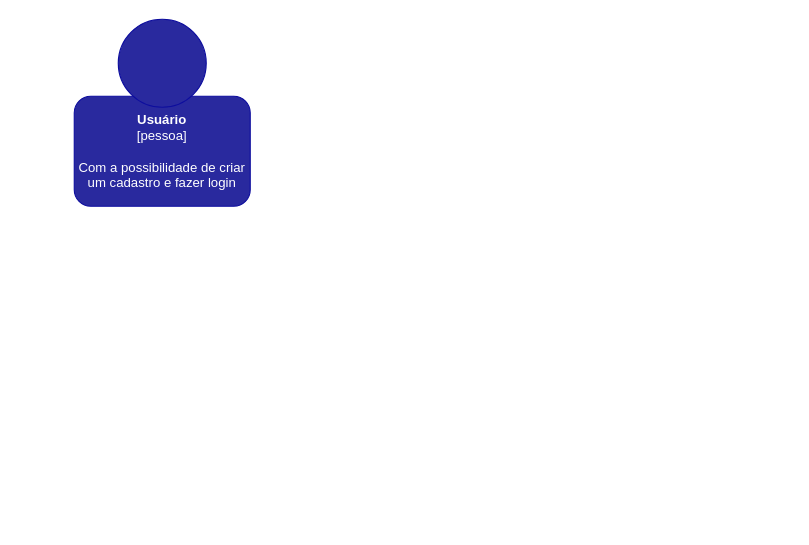
Earlier version of the draw.io diagram Diagrama sem nome.drawio (verzajr/verzaJr). Source tidied: cells renumbered, new cells numbered last; positions are measured from the earlier drawing's top-left corner, leaving out a move shared by most shapes. Both pictures are drawn from the tidied source at 110%, with x=0, y=0 at pixel (74, 19).
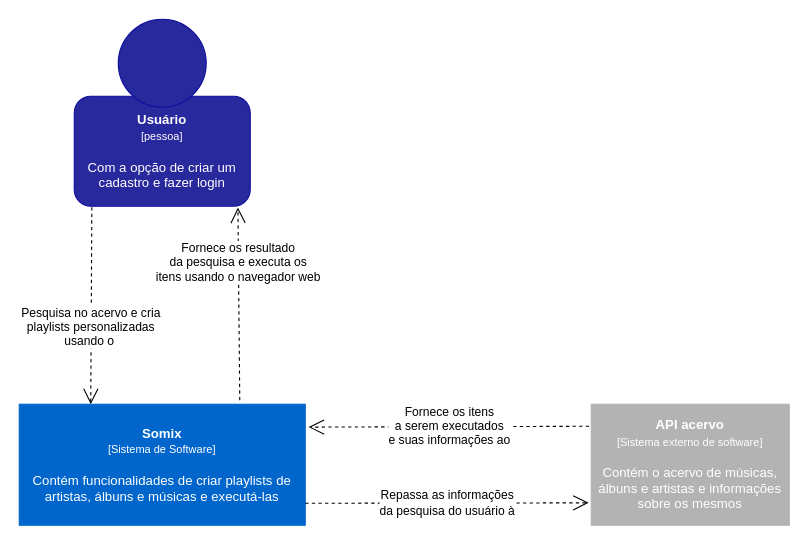
The same diagram, later.

Change to the diagram source:
```diff
@@
 <mxGraphModel>
   <root>
     <mxCell id="0" />
     <mxCell id="1" parent="0" />
-    <mxCell id="2" value="&lt;font color=&quot;#ffffff&quot;&gt;&lt;b&gt;Usuário&lt;br&gt;&lt;/b&gt;[pessoa]&lt;br&gt;&lt;br&gt;Com a possibilidade de criar um cadastro e fazer login&lt;/font&gt;" style="rounded=1;whiteSpace=wrap;html=1;fillColor=#29299E;strokeColor=#0D0D9E;" parent="1" vertex="1">
+    <mxCell id="2" value="&lt;font color=&quot;#ffffff&quot;&gt;&lt;b&gt;Usuário&lt;br&gt;&lt;/b&gt;&lt;font style=&quot;font-size: 10px;&quot;&gt;[pessoa]&lt;br&gt;&lt;/font&gt;&lt;br&gt;Com a opção de criar um cadastro e fazer login&lt;/font&gt;" style="rounded=1;whiteSpace=wrap;html=1;fillColor=#29299E;strokeColor=#0D0D9E;" parent="1" vertex="1">
       <mxGeometry y="70" width="160" height="100" as="geometry" />
     </mxCell>
     <mxCell id="3" style="ellipse;whiteSpace=wrap;html=1;fillColor=#29299E;strokeColor=#0D0D9E;" parent="1" vertex="1">
       <mxGeometry x="40" width="80" height="80" as="geometry" />
     </mxCell>
+    <mxCell id="4" value="Pesquisa no acervo e cria&lt;br&gt;playlists personalizadas&lt;br&gt;usando o&amp;nbsp;" style="endArrow=open;endSize=12;dashed=1;html=1;rounded=0;exitX=0.1;exitY=1.008;exitDx=0;exitDy=0;entryX=0.25;entryY=0;entryDx=0;entryDy=0;exitPerimeter=0;" parent="1" edge="1" source="2" target="5">
+      <mxGeometry x="0.22" relative="1" as="geometry" />
+    </mxCell>
+    <mxCell id="5" value="&lt;font color=&quot;#ffffff&quot;&gt;&lt;b&gt;Somix&lt;/b&gt;&lt;br&gt;&lt;font style=&quot;font-size: 10px;&quot;&gt;[Sistema de Software]&lt;br&gt;&lt;/font&gt;&lt;br&gt;Contém funcionalidades de criar playlists de artistas, álbuns e músicas e executá-las&lt;/font&gt;" style="rounded=0;whiteSpace=wrap;html=1;fillColor=#0066CC;strokeColor=#0066CC;" parent="1" vertex="1">
+      <mxGeometry x="-50" y="350" width="260" height="110" as="geometry" />
+    </mxCell>
+    <mxCell id="6" value="Repassa as informações&lt;br&gt;da pesquisa do usuário à" style="endArrow=open;endSize=12;dashed=1;html=1;rounded=0;exitX=1;exitY=0.5;exitDx=0;exitDy=0;entryX=-0.013;entryY=0.815;entryDx=0;entryDy=0;entryPerimeter=0;" parent="1" edge="1" target="7">
+      <mxGeometry relative="1" as="geometry">
+        <mxPoint x="210" y="440" as="sourcePoint" />
+      </mxGeometry>
+    </mxCell>
+    <mxCell id="7" value="&lt;font color=&quot;#ffffff&quot;&gt;&lt;b&gt;API acervo&lt;br&gt;&lt;/b&gt;&lt;font style=&quot;font-size: 10px;&quot;&gt;[Sistema externo de software]&lt;/font&gt;&lt;br&gt;&lt;br&gt;Contém o acervo de músicas, álbuns e artistas e informações sobre os mesmos&lt;/font&gt;" style="rounded=0;whiteSpace=wrap;html=1;fillColor=#B3B3B3;strokeColor=#B3B3B3;" parent="1" vertex="1">
+      <mxGeometry x="470" y="350" width="180" height="110" as="geometry" />
+    </mxCell>
+    <mxCell id="8" value="Fornece os itens&lt;br&gt;a serem executados&lt;br&gt;e suas informações ao" style="endArrow=open;endSize=12;dashed=1;html=1;rounded=0;exitX=-0.011;exitY=0.182;exitDx=0;exitDy=0;entryX=1.012;entryY=0.189;entryDx=0;entryDy=0;entryPerimeter=0;exitPerimeter=0;" parent="1" edge="1" source="7" target="5">
+      <mxGeometry relative="1" as="geometry" />
+    </mxCell>
+    <mxCell id="9" value="Fornece os resultado&lt;br&gt;da pesquisa e executa os&lt;br&gt;itens usando o navegador web" style="endArrow=open;endSize=12;dashed=1;html=1;rounded=0;entryX=0.93;entryY=1.012;entryDx=0;entryDy=0;entryPerimeter=0;exitX=0.771;exitY=-0.033;exitDx=0;exitDy=0;exitPerimeter=0;" parent="1" edge="1" source="5" target="2">
+      <mxGeometry x="0.43" relative="1" as="geometry" />
+    </mxCell>
   </root>
 </mxGraphModel>
```
